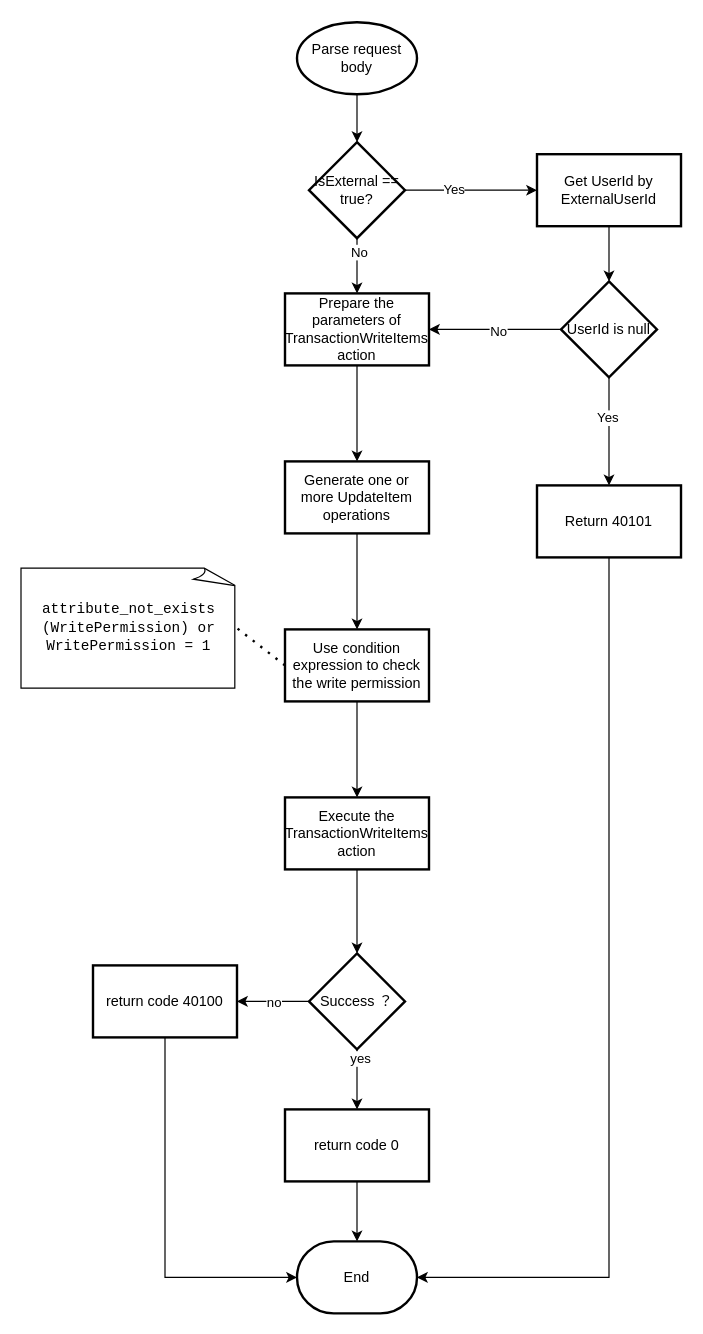
yaohuiwu/SimpleFS keeps this draw.io diagram as page "WriteObjects" (4 of 8) of save_data.drawio. Above is the earlier version. Source tidied: cells renumbered, new cells numbered last; positions are measured from the earlier drawing's top-left corner, leaving out a move shared by most shapes. Both pictures are drawn from the tidied source at 120%, with x=0, y=0 at pixel (20, 22).
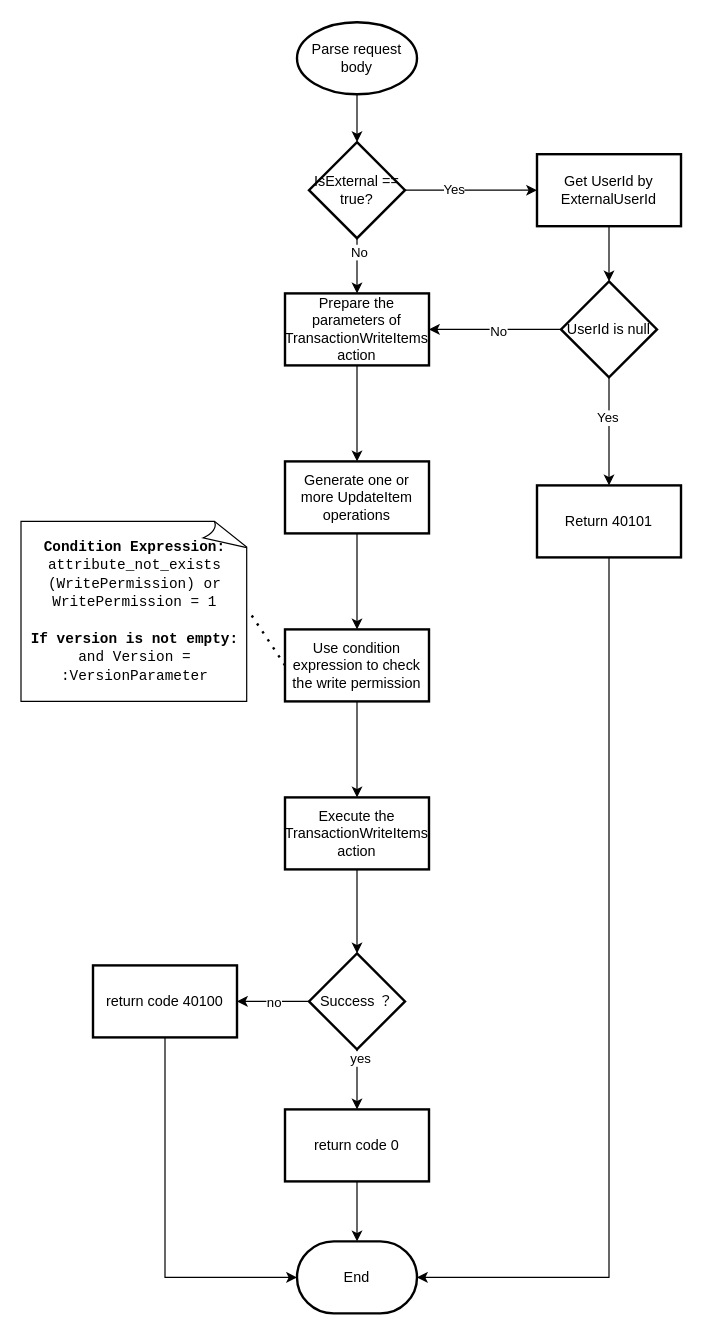
After the change.

Diff of the diagram source:
```diff
@@
-    <mxCell id="10" value="&lt;font face=&quot;Courier New&quot;&gt;attribute_not_exists (WritePermission) or WritePermission = 1&lt;/font&gt;" style="whiteSpace=wrap;html=1;shape=mxgraph.basic.document;" parent="1" vertex="1">
-      <mxGeometry y="455" width="180" height="100" as="geometry" />
+    <mxCell id="10" value="&lt;font face=&quot;Courier New&quot;&gt;&lt;b&gt;Condition Expression:&lt;br&gt;&lt;/b&gt;attribute_not_exists (WritePermission) or WritePermission = 1&lt;br&gt;&lt;br&gt;&lt;b&gt;If version is not empty:&lt;br&gt;&lt;/b&gt;and Version = :VersionParameter&lt;br&gt;&lt;/font&gt;" style="whiteSpace=wrap;html=1;shape=mxgraph.basic.document;" parent="1" vertex="1">
+      <mxGeometry y="416" width="190" height="150" as="geometry" />
     </mxCell>
```
